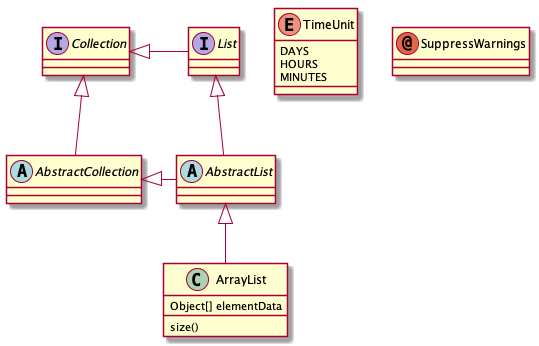
This is images/plantuml/interface.png from devbins/devbins.github.io, a PlantUML export, as it was before one commit.
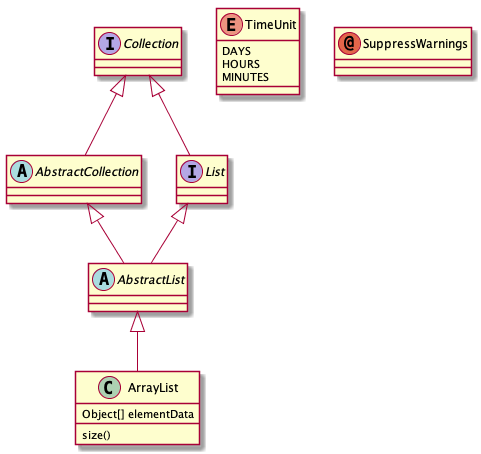
Later version of the same file.

Change to the diagram source:
```diff
@@ -7,8 +7,8 @@
 List <|-- AbstractList
 Collection <|-- AbstractCollection
 
-Collection <|- List
-AbstractCollection <|- AbstractList
+Collection <|-- List
+AbstractCollection <|-- AbstractList
 AbstractList <|-- ArrayList
 
 class ArrayList {
```
